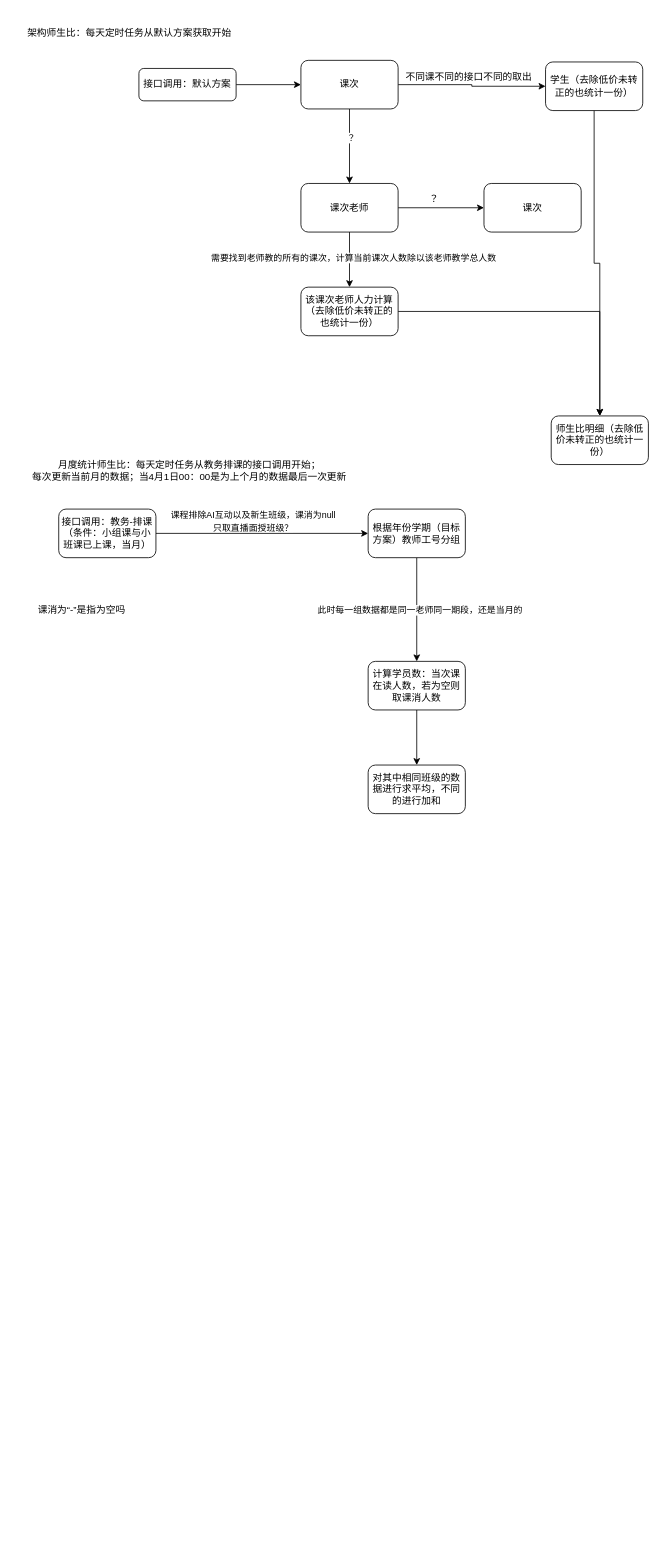
The draw.io diagram 师生比程序流图.drawio in KinMan-ZHR/picture-bed, before the edit. Source tidied: cells renumbered, new cells numbered last; positions are measured from the earlier drawing's top-left corner, leaving out a move shared by most shapes. Both pictures are drawn from the tidied source at 81%, with x=0, y=0 at pixel (19, 23).
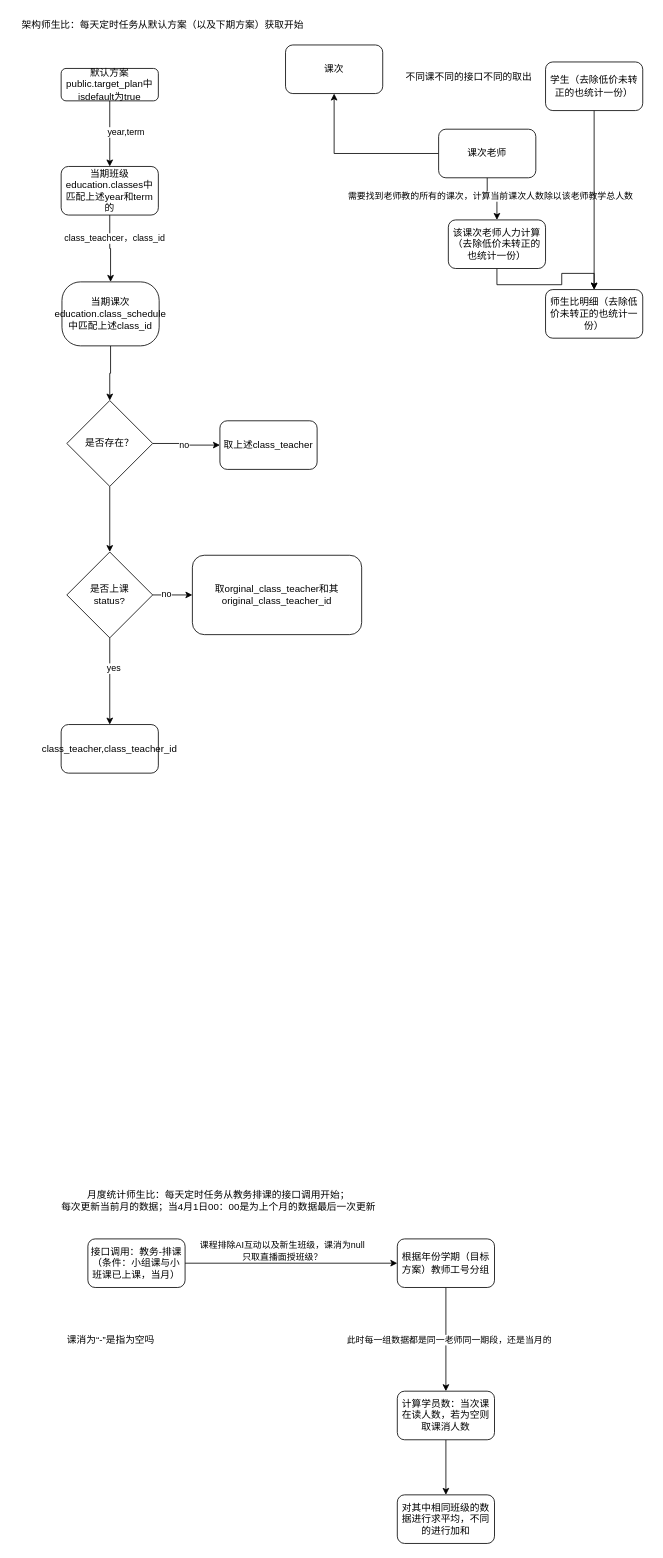
The same diagram, later.

Commit message:
更新师生比程序流图.drawio

Unchanged cells that the change refers to:
```xml
<mxCell id="13" value="学生（去除低价未转正的也统计一份）" style="whiteSpace=wrap;html=1;rounded=1;glass=0;strokeWidth=1;shadow=0;" parent="1" vertex="1">
  <mxGeometry x="649" y="48" width="120" height="60" as="geometry" />
</mxCell>
```

The edit, as a diff of the source:
```diff
@@
-    <mxCell id="2" style="edgeStyle=orthogonalEdgeStyle;rounded=0;jettySize=auto;html=1;" parent="1" edge="1" source="3" target="7">
+    <mxCell id="2" style="edgeStyle=orthogonalEdgeStyle;rounded=0;jettySize=auto;html=1;" parent="1" edge="1" source="3" target="36">
       <mxGeometry relative="1" as="geometry" />
     </mxCell>
+    <mxCell id="32" value="year,term" style="edgeLabel;html=1;align=center;verticalAlign=middle;" parent="2" vertex="1">
+      <mxGeometry x="-0.2" y="2" relative="1" as="geometry">
+        <mxPoint x="17" y="6" as="offset" />
+      </mxGeometry>
+    </mxCell>
-    <mxCell id="3" value="接口调用：默认方案" style="rounded=1;whiteSpace=wrap;html=1;fontSize=12;glass=0;strokeWidth=1;shadow=0;" parent="1" vertex="1">
-      <mxGeometry x="147" y="56" width="120" height="40" as="geometry" />
+    <mxCell id="3" value="默认方案&lt;div&gt;public.target_plan中isdefault为true&lt;/div&gt;" style="rounded=1;whiteSpace=wrap;html=1;fontSize=12;glass=0;strokeWidth=1;shadow=0;" parent="1" vertex="1">
+      <mxGeometry x="51" y="56" width="120" height="40" as="geometry" />
     </mxCell>
-    <mxCell id="4" style="edgeStyle=orthogonalEdgeStyle;rounded=0;jettySize=auto;html=1;" parent="1" edge="1" source="7" target="11">
-      <mxGeometry relative="1" as="geometry" />
-    </mxCell>
-    <mxCell id="5" value="？" style="edgeLabel;html=1;align=center;verticalAlign=middle;" parent="4" vertex="1">
-      <mxGeometry x="-0.24" y="1" relative="1" as="geometry" />
-    </mxCell>
-    <mxCell id="6" style="edgeStyle=orthogonalEdgeStyle;rounded=0;jettySize=auto;html=1;" parent="1" edge="1" source="7" target="13">
-      <mxGeometry relative="1" as="geometry" />
-    </mxCell>
+    <mxCell id="33" style="edgeStyle=orthogonalEdgeStyle;rounded=0;jettySize=auto;html=1;entryX=0.5;entryY=0;entryDx=0;entryDy=0;" parent="1" edge="1" source="7" target="47">
+      <mxGeometry relative="1" as="geometry" />
+    </mxCell>
-    <mxCell id="7" value="课次" style="whiteSpace=wrap;html=1;rounded=1;glass=0;strokeWidth=1;shadow=0;" parent="1" vertex="1">
-      <mxGeometry x="347" y="46" width="120" height="60" as="geometry" />
+    <mxCell id="7" value="当期课次&lt;div&gt;education.class_schedule&lt;/div&gt;&lt;div&gt;中匹配上述class_id&lt;/div&gt;" style="whiteSpace=wrap;html=1;rounded=1;glass=0;strokeWidth=1;shadow=0;arcSize=29;" parent="1" vertex="1">
+      <mxGeometry x="52" y="319.5" width="120" height="79" as="geometry" />
     </mxCell>
@@
     <mxCell id="11" value="课次老师" style="whiteSpace=wrap;html=1;rounded=1;glass=0;strokeWidth=1;shadow=0;" parent="1" vertex="1">
-      <mxGeometry x="347" y="198" width="120" height="60" as="geometry" />
+      <mxGeometry x="517" y="131" width="120" height="60" as="geometry" />
     </mxCell>
@@
     <mxCell id="15" value="该课次老师人力计算（去除低价未转正的也统计一份）" style="whiteSpace=wrap;html=1;rounded=1;glass=0;strokeWidth=1;shadow=0;" parent="1" vertex="1">
-      <mxGeometry x="347" y="326" width="120" height="60" as="geometry" />
+      <mxGeometry x="529" y="243" width="120" height="60" as="geometry" />
     </mxCell>
     <mxCell id="16" value="课次" style="whiteSpace=wrap;html=1;rounded=1;glass=0;strokeWidth=1;shadow=0;" parent="1" vertex="1">
-      <mxGeometry x="573" y="198" width="120" height="60" as="geometry" />
+      <mxGeometry x="328" y="27" width="120" height="60" as="geometry" />
     </mxCell>
@@
     <mxCell id="18" value="接口调用：教务-排课（条件：小组课与小班课已上课，当月）" style="rounded=1;whiteSpace=wrap;html=1;" parent="1" vertex="1">
-      <mxGeometry x="48" y="600" width="120" height="60" as="geometry" />
+      <mxGeometry x="84" y="1501" width="120" height="60" as="geometry" />
     </mxCell>
-    <mxCell id="19" value="架构师生比：每天定时任务从默认方案获取开始" style="text;html=1;align=center;verticalAlign=middle;strokeColor=none;fillColor=none;" parent="1" vertex="1">
-      <mxGeometry width="270" height="26" as="geometry" />
+    <mxCell id="19" value="架构师生比：每天定时任务从默认方案（以及下期方案）获取开始" style="text;html=1;align=center;verticalAlign=middle;strokeColor=none;fillColor=none;" parent="1" vertex="1">
+      <mxGeometry x="-7" y="-11" width="366" height="26" as="geometry" />
     </mxCell>
@@
     <mxCell id="23" value="根据年份学期（目标方案）教师工号分组" style="rounded=1;whiteSpace=wrap;html=1;" parent="1" vertex="1">
-      <mxGeometry x="430" y="600" width="120" height="60" as="geometry" />
+      <mxGeometry x="466" y="1501" width="120" height="60" as="geometry" />
     </mxCell>
@@
     <mxCell id="25" value="计算学员数：当次课在读人数，若为空则取课消人数" style="whiteSpace=wrap;html=1;rounded=1;" parent="1" vertex="1">
-      <mxGeometry x="430" y="788" width="120" height="60" as="geometry" />
+      <mxGeometry x="466" y="1689" width="120" height="60" as="geometry" />
     </mxCell>
-    <mxCell id="26" value="？" style="text;html=1;align=center;verticalAlign=middle;strokeColor=none;fillColor=none;" parent="1" vertex="1">
-      <mxGeometry x="496" y="204" width="30" height="26" as="geometry" />
-    </mxCell>
     <mxCell id="27" value="师生比明细（去除低价未转正的也统计一份）" style="rounded=1;whiteSpace=wrap;html=1;" parent="1" vertex="1">
-      <mxGeometry x="656" y="485" width="120" height="60" as="geometry" />
+      <mxGeometry x="649" y="329" width="120" height="60" as="geometry" />
     </mxCell>
     <mxCell id="28" value="月度统计师生比：每天定时任务从教务排课的接口调用开始；&lt;div&gt;每次更新当前月的数据；当4月1日00：00是为上个月的数据最后一次更新&lt;/div&gt;" style="text;html=1;align=center;verticalAlign=middle;strokeColor=none;fillColor=none;" parent="1" vertex="1">
-      <mxGeometry x="6" y="532" width="406" height="41" as="geometry" />
+      <mxGeometry x="42" y="1433" width="406" height="41" as="geometry" />
     </mxCell>
     <mxCell id="29" value="对其中相同班级的数据进行求平均，不同的进行加和" style="whiteSpace=wrap;html=1;rounded=1;" parent="1" vertex="1">
-      <mxGeometry x="430" y="916" width="120" height="60" as="geometry" />
+      <mxGeometry x="466" y="1817" width="120" height="60" as="geometry" />
     </mxCell>
     <mxCell id="30" value="&lt;span style=&quot;font-size: 11px; background-color: rgb(255, 255, 255);&quot;&gt;课程排除AI互动以及新生班级，课消为null&lt;/span&gt;&lt;div&gt;&lt;span style=&quot;font-size: 11px; background-color: rgb(255, 255, 255);&quot;&gt;只取直播面授班级？&lt;/span&gt;&lt;/div&gt;" style="text;html=1;align=center;verticalAlign=middle;strokeColor=none;fillColor=none;" parent="1" vertex="1">
-      <mxGeometry x="177" y="594" width="222" height="41" as="geometry" />
+      <mxGeometry x="213" y="1495" width="222" height="41" as="geometry" />
     </mxCell>
     <mxCell id="31" value="课消为“-”是指为空吗" style="text;html=1;align=center;verticalAlign=middle;strokeColor=none;fillColor=none;" parent="1" vertex="1">
-      <mxGeometry x="13" y="712" width="126" height="26" as="geometry" />
+      <mxGeometry x="49" y="1613" width="126" height="26" as="geometry" />
     </mxCell>
+    <mxCell id="34" style="edgeStyle=orthogonalEdgeStyle;rounded=0;jettySize=auto;html=1;" parent="1" edge="1" source="36" target="7">
+      <mxGeometry relative="1" as="geometry" />
+    </mxCell>
+    <mxCell id="35" value="class_teachcer，class_id" style="edgeLabel;html=1;align=center;verticalAlign=middle;" parent="34" vertex="1">
+      <mxGeometry x="-0.32" y="5" relative="1" as="geometry" />
+    </mxCell>
+    <mxCell id="36" value="当期班级education.classes中匹配上述year和term的" style="rounded=1;whiteSpace=wrap;html=1;" parent="1" vertex="1">
+      <mxGeometry x="51" y="177" width="120" height="60" as="geometry" />
+    </mxCell>
+    <mxCell id="37" style="edgeStyle=orthogonalEdgeStyle;rounded=0;jettySize=auto;html=1;" parent="1" edge="1" source="41" target="42">
+      <mxGeometry relative="1" as="geometry" />
+    </mxCell>
+    <mxCell id="38" value="yes" style="edgeLabel;html=1;align=center;verticalAlign=middle;" parent="37" vertex="1">
+      <mxGeometry x="-0.3" y="4" relative="1" as="geometry" />
+    </mxCell>
+    <mxCell id="39" style="edgeStyle=orthogonalEdgeStyle;rounded=0;jettySize=auto;html=1;" parent="1" edge="1" source="41" target="43">
+      <mxGeometry relative="1" as="geometry" />
+    </mxCell>
+    <mxCell id="40" value="no" style="edgeLabel;html=1;align=center;verticalAlign=middle;" parent="39" vertex="1">
+      <mxGeometry x="-0.34" y="2" relative="1" as="geometry" />
+    </mxCell>
+    <mxCell id="41" value="是否上课&lt;br&gt;status?" style="rhombus;whiteSpace=wrap;html=1;" parent="1" vertex="1">
+      <mxGeometry x="58" y="653" width="106" height="106" as="geometry" />
+    </mxCell>
+    <mxCell id="42" value="class_teacher,class_teacher_id" style="rounded=1;whiteSpace=wrap;html=1;" parent="1" vertex="1">
+      <mxGeometry x="51" y="866" width="120" height="60" as="geometry" />
+    </mxCell>
+    <mxCell id="43" value="取orginal_class_teacher和其original_class_teacher_id" style="rounded=1;whiteSpace=wrap;html=1;" parent="1" vertex="1">
+      <mxGeometry x="213" y="657" width="209" height="98" as="geometry" />
+    </mxCell>
+    <mxCell id="44" style="edgeStyle=orthogonalEdgeStyle;rounded=0;jettySize=auto;html=1;" parent="1" edge="1" source="47" target="41">
+      <mxGeometry relative="1" as="geometry" />
+    </mxCell>
+    <mxCell id="45" style="edgeStyle=orthogonalEdgeStyle;rounded=0;jettySize=auto;html=1;" parent="1" edge="1" source="47" target="48">
+      <mxGeometry relative="1" as="geometry" />
+    </mxCell>
+    <mxCell id="46" value="no" style="edgeLabel;html=1;align=center;verticalAlign=middle;" parent="45" vertex="1">
+      <mxGeometry x="-0.1" y="-1" relative="1" as="geometry" />
+    </mxCell>
+    <mxCell id="47" value="是否存在？" style="rhombus;whiteSpace=wrap;html=1;" parent="1" vertex="1">
+      <mxGeometry x="58" y="466" width="106" height="106" as="geometry" />
+    </mxCell>
+    <mxCell id="48" value="取上述class_teacher" style="rounded=1;whiteSpace=wrap;html=1;" parent="1" vertex="1">
+      <mxGeometry x="247" y="491" width="120" height="60" as="geometry" />
+    </mxCell>
```
